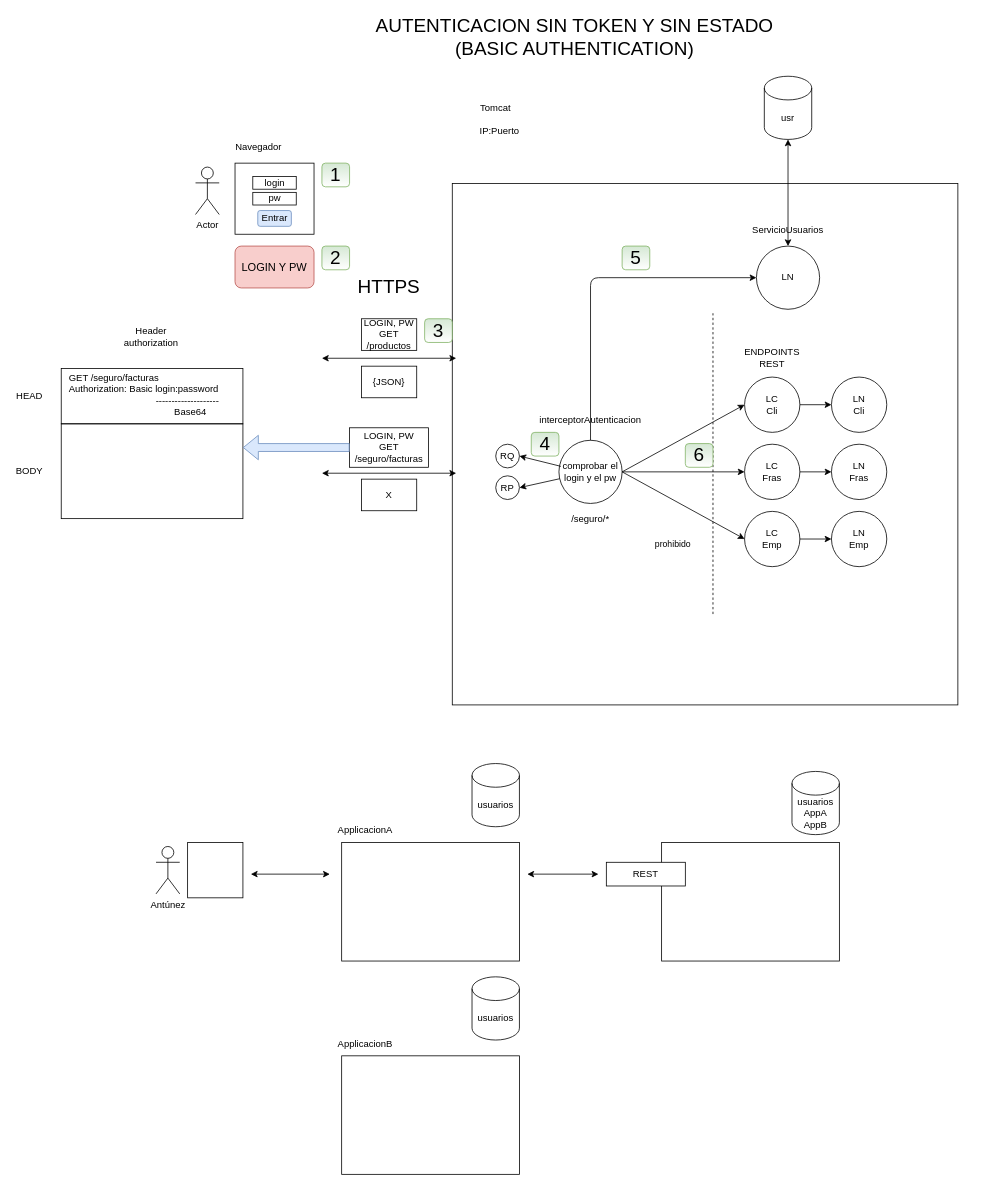
Above: page "Página-3" (5 of 28) of seguridad.drawio in lrag/seguridad_java (draw.io), before the change. Source tidied: cells renumbered, new cells numbered last; positions are measured from the earlier drawing's top-left corner, leaving out a move shared by most shapes. Both pictures are drawn from the tidied source at 79%, with x=0, y=0 at pixel (13, 28).
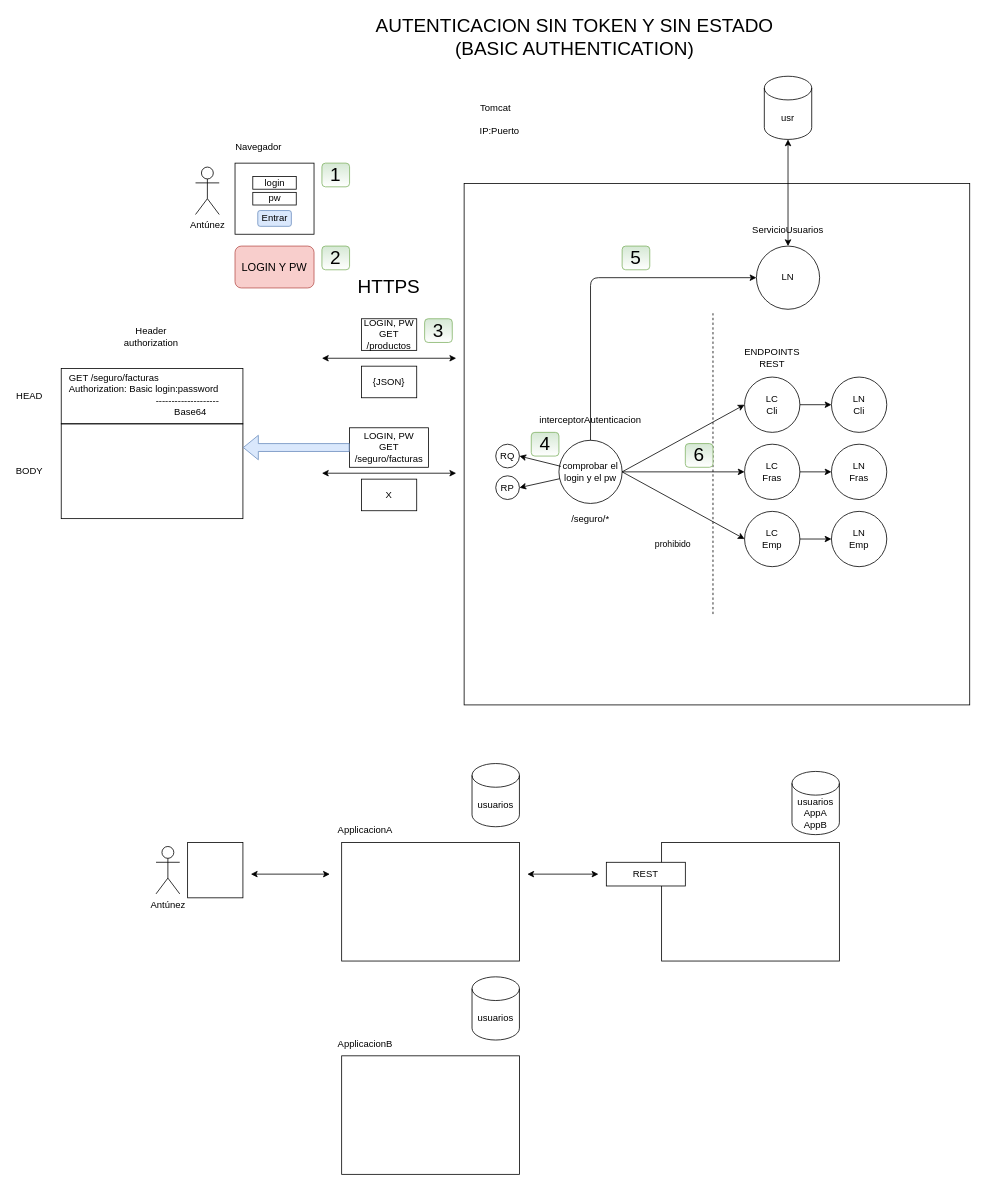
Above is the later version.

Change to the diagram source:
```diff
@@
     <mxCell id="3" style="rounded=0;whiteSpace=wrap;html=1;fillColor=none;" parent="1" vertex="1">
-      <mxGeometry x="555" y="195.8" width="640" height="660" as="geometry" />
+      <mxGeometry x="570" y="195.8" width="640" height="660" as="geometry" />
     </mxCell>
-    <mxCell id="4" value="Actor" style="shape=umlActor;verticalLabelPosition=bottom;verticalAlign=top;html=1;fillColor=none;" parent="1" vertex="1">
+    <mxCell id="4" value="Antúnez" style="shape=umlActor;verticalLabelPosition=bottom;verticalAlign=top;html=1;fillColor=none;" parent="1" vertex="1">
       <mxGeometry x="230" y="175" width="30" height="60" as="geometry" />
     </mxCell>
```
